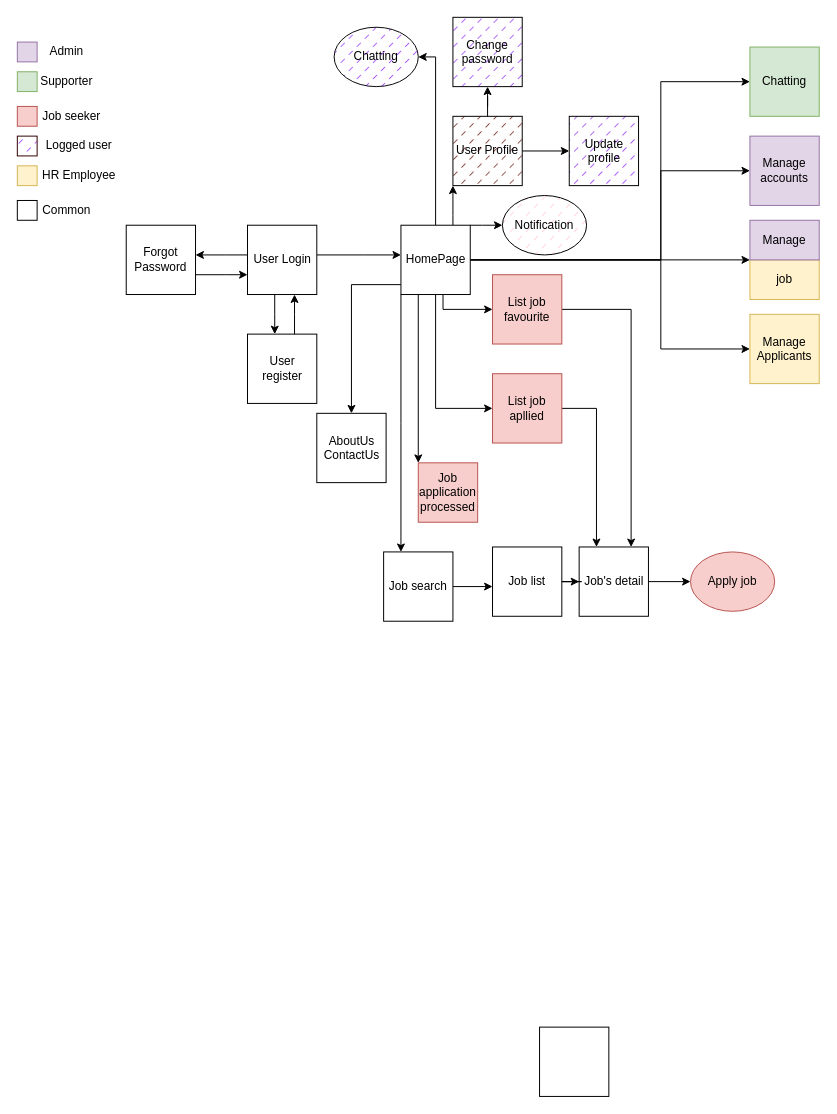
Above: Biểu đồ không có tiêu đề.drawio in 13personn/MainRepository (draw.io), before the change. Source tidied: cells renumbered, new cells numbered last; positions are measured from the earlier drawing's top-left corner, leaving out a move shared by most shapes. Both pictures are drawn from the tidied source at 99%, with x=0, y=0 at pixel (17, 17).
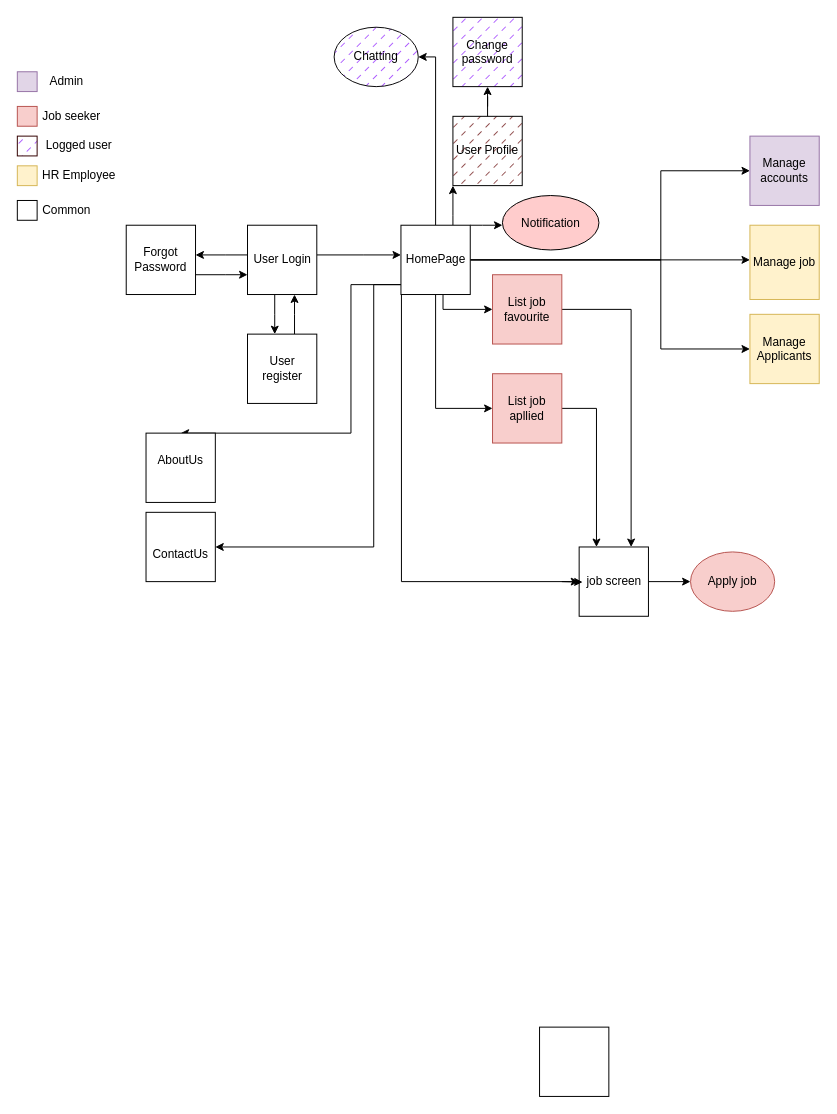
After the change.

Commit message:
Cập nhật Biểu đồ không có tiêu đề.drawio

The change refers to these unchanged cells:
```xml
<mxCell id="13" value="HomePage" style="whiteSpace=wrap;html=1;" parent="1" vertex="1">
  <mxGeometry x="387.5" y="210" width="70" height="70" as="geometry" />
</mxCell>
<mxCell id="25" value="User Profile" style="whiteSpace=wrap;html=1;fillColor=#742020;fillStyle=dashed;" parent="1" vertex="1">
  <mxGeometry x="440" y="100" width="70" height="70" as="geometry" />
</mxCell>
```

The edit, as a diff of the source:
```diff
@@
-    <mxCell id="9" style="edgeStyle=orthogonalEdgeStyle;rounded=0;jettySize=auto;html=1;" parent="1" edge="1" source="13" target="42">
+    <mxCell id="9" style="edgeStyle=orthogonalEdgeStyle;rounded=0;jettySize=auto;html=1;" parent="1" edge="1" source="13">
       <mxGeometry relative="1" as="geometry">
+        <mxPoint x="490" y="210" as="targetPoint" />
         <Array as="points">
           <mxPoint x="470" y="210" />
           <mxPoint x="470" y="210" />
         </Array>
       </mxGeometry>
     </mxCell>
-    <mxCell id="10" style="edgeStyle=orthogonalEdgeStyle;rounded=0;jettySize=auto;html=1;entryX=0;entryY=0.5;entryDx=0;entryDy=0;" parent="1" edge="1" source="13" target="39">
-      <mxGeometry relative="1" as="geometry">
-        <Array as="points">
-          <mxPoint x="650" y="245" />
-          <mxPoint x="650" y="65" />
-        </Array>
-      </mxGeometry>
-    </mxCell>
@@
-    <mxCell id="12" style="edgeStyle=orthogonalEdgeStyle;rounded=0;jettySize=auto;html=1;entryX=0.25;entryY=0;entryDx=0;entryDy=0;" parent="1" edge="1" source="13" target="18">
+    <mxCell id="12" style="edgeStyle=orthogonalEdgeStyle;rounded=0;jettySize=auto;html=1;entryX=0;entryY=0.5;entryDx=0;entryDy=0;" parent="1" edge="1" source="13" target="20">
       <mxGeometry relative="1" as="geometry">
         <Array as="points">
-          <mxPoint x="388" y="410" />
+          <mxPoint x="388" y="570" />
         </Array>
       </mxGeometry>
     </mxCell>
+    <mxCell id="61" style="edgeStyle=orthogonalEdgeStyle;rounded=0;jettySize=auto;html=1;entryX=1;entryY=0.5;entryDx=0;entryDy=0;" parent="1" edge="1" source="13" target="62">
+      <mxGeometry relative="1" as="geometry">
+        <Array as="points">
+          <mxPoint x="360" y="270" />
+          <mxPoint x="360" y="535" />
+        </Array>
+      </mxGeometry>
+    </mxCell>
@@
-    <mxCell id="14" value="AboutUs&lt;br&gt;ContactUs" style="whiteSpace=wrap;html=1;" parent="1" vertex="1">
-      <mxGeometry x="302.5" y="400" width="70" height="70" as="geometry" />
+    <mxCell id="14" value="AboutUs&lt;div&gt;&lt;br/&gt;&lt;/div&gt;" style="whiteSpace=wrap;html=1;" parent="1" vertex="1">
+      <mxGeometry x="130" y="420" width="70" height="70" as="geometry" />
     </mxCell>
@@
-    <mxCell id="17" style="edgeStyle=orthogonalEdgeStyle;rounded=0;jettySize=auto;html=1;" parent="1" edge="1" source="18" target="44">
-      <mxGeometry relative="1" as="geometry">
-        <Array as="points">
-          <mxPoint x="430" y="580" />
-          <mxPoint x="430" y="580" />
-        </Array>
-      </mxGeometry>
-    </mxCell>
-    <mxCell id="18" value="Job search" style="whiteSpace=wrap;html=1;" parent="1" vertex="1">
-      <mxGeometry x="370" y="540" width="70" height="70" as="geometry" />
-    </mxCell>
@@
-    <mxCell id="20" value="Job's detail" style="whiteSpace=wrap;html=1;" parent="1" vertex="1">
+    <mxCell id="20" value="job screen" style="whiteSpace=wrap;html=1;" parent="1" vertex="1">
       <mxGeometry x="567.5" y="535" width="70" height="70" as="geometry" />
     </mxCell>
@@
-    <mxCell id="22" value="Update profile" style="whiteSpace=wrap;html=1;fillColor=#9933FF;fillStyle=dashed;" parent="1" vertex="1">
-      <mxGeometry x="557.5" y="100" width="70" height="70" as="geometry" />
-    </mxCell>
-    <mxCell id="23" style="edgeStyle=orthogonalEdgeStyle;rounded=0;jettySize=auto;html=1;entryX=0;entryY=0.5;entryDx=0;entryDy=0;" parent="1" edge="1" source="25" target="22">
-      <mxGeometry relative="1" as="geometry" />
-    </mxCell>
@@
-    <mxCell id="39" value="Chatting" style="whiteSpace=wrap;html=1;fillColor=#d5e8d4;strokeColor=#82b366;" parent="1" vertex="1">
-      <mxGeometry x="740" y="30" width="70" height="70" as="geometry" />
-    </mxCell>
@@
-    <mxCell id="42" value="Notification" style="ellipse;whiteSpace=wrap;html=1;fillColor=#FFCCCC;fillStyle=dashed;" parent="1" vertex="1">
-      <mxGeometry x="490" y="180" width="85" height="60" as="geometry" />
-    </mxCell>
-    <mxCell id="43" style="edgeStyle=orthogonalEdgeStyle;rounded=0;jettySize=auto;html=1;" parent="1" edge="1" source="44" target="20">
-      <mxGeometry relative="1" as="geometry" />
+    <mxCell id="43" style="edgeStyle=orthogonalEdgeStyle;rounded=0;jettySize=auto;html=1;" parent="1" edge="1" target="20">
+      <mxGeometry relative="1" as="geometry">
+        <mxPoint x="550" y="570" as="sourcePoint" />
+      </mxGeometry>
     </mxCell>
-    <mxCell id="44" value="Job list" style="whiteSpace=wrap;html=1;" parent="1" vertex="1">
-      <mxGeometry x="480" y="535" width="70" height="70" as="geometry" />
-    </mxCell>
-    <mxCell id="45" value="job" style="rounded=0;whiteSpace=wrap;html=1;fillColor=#fff2cc;strokeColor=#d6b656;" parent="1" vertex="1">
-      <mxGeometry x="740" y="245" width="70" height="40" as="geometry" />
+    <mxCell id="45" value="Manage job" style="rounded=0;whiteSpace=wrap;html=1;fillColor=#fff2cc;strokeColor=#d6b656;" parent="1" vertex="1">
+      <mxGeometry x="740" y="210" width="70" height="75" as="geometry" />
     </mxCell>
-    <mxCell id="46" value="Manage" style="rounded=0;whiteSpace=wrap;html=1;fillColor=#e1d5e7;strokeColor=#9673a6;" parent="1" vertex="1">
-      <mxGeometry x="740" y="205" width="70" height="40" as="geometry" />
-    </mxCell>
     <mxCell id="47" style="whiteSpace=wrap;html=1;fillColor=#e1d5e7;strokeColor=#9673a6;" parent="1" vertex="1">
-      <mxGeometry y="25" width="20" height="20" as="geometry" />
+      <mxGeometry y="55" width="20" height="20" as="geometry" />
     </mxCell>
-    <mxCell id="48" style="whiteSpace=wrap;html=1;fillColor=#d5e8d4;strokeColor=#82b366;" parent="1" vertex="1">
-      <mxGeometry y="55" width="20" height="20" as="geometry" />
-    </mxCell>
@@
     <mxCell id="53" value="Admin" style="text;html=1;strokeColor=none;fillColor=none;align=center;verticalAlign=middle;whiteSpace=wrap;rounded=0;" parent="1" vertex="1">
-      <mxGeometry x="20" y="20" width="60" height="30" as="geometry" />
+      <mxGeometry x="20" y="50" width="60" height="30" as="geometry" />
     </mxCell>
-    <mxCell id="54" value="Supporter" style="text;html=1;strokeColor=none;fillColor=none;align=center;verticalAlign=middle;whiteSpace=wrap;rounded=0;" parent="1" vertex="1">
-      <mxGeometry x="20" y="50" width="60" height="30" as="geometry" />
-    </mxCell>
@@
-    <mxCell id="59" style="endArrow=classic;html=1;rounded=0;exitX=0.25;exitY=1;exitDx=0;exitDy=0;entryX=0;entryY=0;entryDx=0;entryDy=0;" parent="1" edge="1" source="13" target="60">
-      <mxGeometry relative="1" as="geometry" />
-    </mxCell>
-    <mxCell id="60" value="Job application processed" style="whiteSpace=wrap;html=1;fillColor=#f8cecc;strokeColor=#b85450;" parent="1" vertex="1">
-      <mxGeometry x="405" y="450" width="60" height="60" as="geometry" />
-    </mxCell>
+    <mxCell id="42" value="Notification" style="ellipse;whiteSpace=wrap;html=1;fillColor=#FFCCCC;" parent="1" vertex="1">
+      <mxGeometry x="490" y="180" width="97.5" height="55" as="geometry" />
+    </mxCell>
+    <mxCell id="62" value="&lt;br&gt;ContactUs" style="whiteSpace=wrap;html=1;" parent="1" vertex="1">
+      <mxGeometry x="130" y="500" width="70" height="70" as="geometry" />
+    </mxCell>
```
